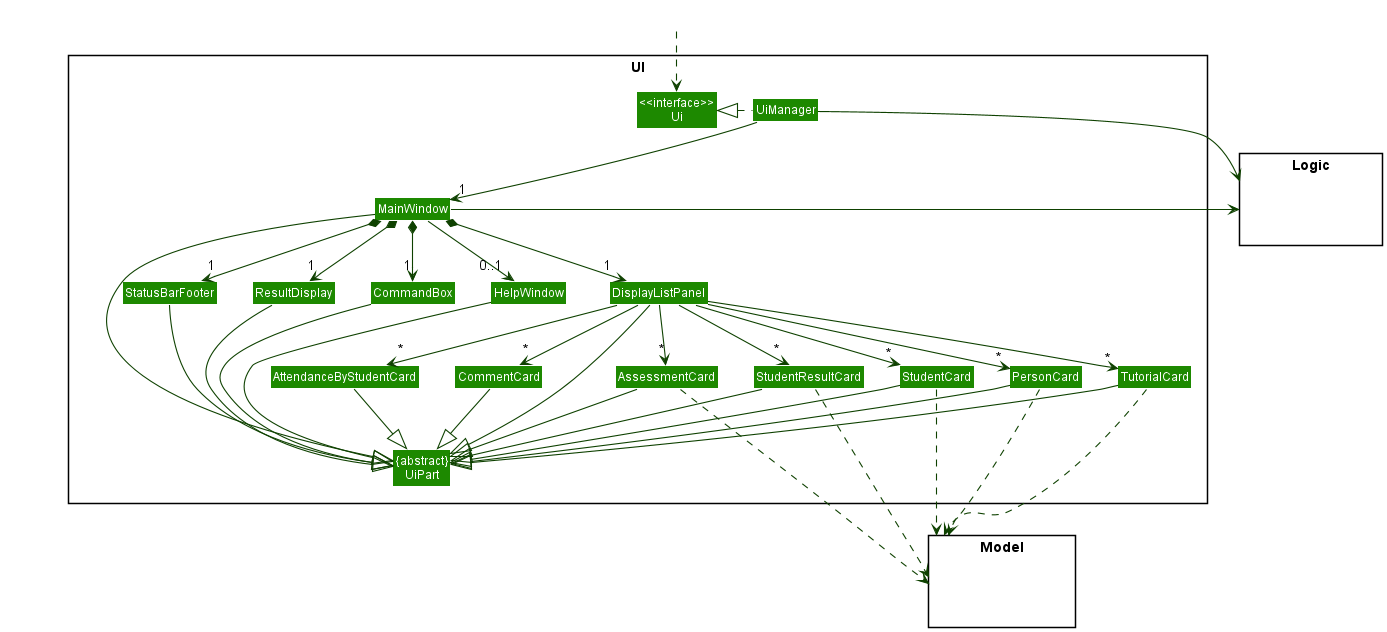
Earlier version of the PlantUML export docs/images/UiClassDiagram.png (zixin448/tp). The source it was exported from:
```plantuml
@startuml
!include style.puml
skinparam arrowThickness 1.1
skinparam arrowColor UI_COLOR_T4
skinparam classBackgroundColor UI_COLOR

package UI <<Rectangle>> {
Class "<<interface>>\nUi" as Ui
Class "{abstract}\nUiPart" as UiPart
Class UiManager
Class MainWindow
Class HelpWindow
Class ResultDisplay
Class DisplayListPanel
Class TutorialCard
Class AssessmentCard
Class StudentResultCard
Class StudentCard
Class PersonCard
Class StatusBarFooter
Class CommandBox
Class AttendanceByStudentCard
Class CommentCard
}

package Model <<Rectangle>> {
Class HiddenModel #FFFFFF
}

package Logic <<Rectangle>> {
Class HiddenLogic #FFFFFF
}

Class HiddenOutside #FFFFFF
HiddenOutside ..> Ui

UiManager .left.|> Ui
UiManager -down-> "1" MainWindow
MainWindow *-down->  "1" CommandBox
MainWindow *-down-> "1" ResultDisplay
MainWindow *-down-> "1" DisplayListPanel
MainWindow *-down-> "1" StatusBarFooter
MainWindow --> "0..1" HelpWindow

DisplayListPanel -down-> "*" TutorialCard
DisplayListPanel -down-> "*" AssessmentCard
DisplayListPanel -down-> "*" StudentResultCard
DisplayListPanel -down-> "*" StudentCard
DisplayListPanel -down-> "*" PersonCard
DisplayListPanel -down-> "*" AttendanceByStudentCard
DisplayListPanel -down-> "*" CommentCard

MainWindow -left-|> UiPart

ResultDisplay --|> UiPart
CommandBox --|> UiPart
DisplayListPanel --|> UiPart
TutorialCard --|> UiPart
AssessmentCard --|> UiPart
StudentResultCard --|> UiPart
StudentCard --|> UiPart
AttendanceByStudentCard --|> UiPart
CommentCard --|> UiPart
PersonCard --|> UiPart
StatusBarFooter --|> UiPart
HelpWindow --|> UiPart

TutorialCard ..> Model
AssessmentCard ..> Model
StudentResultCard ...> Model
StudentCard ..> Model
PersonCard ..> Model
UiManager -right-> Logic
MainWindow -left-> Logic

DisplayListPanel -[hidden]left- HelpWindow
HelpWindow -[hidden]left- CommandBox
CommandBox -[hidden]left- ResultDisplay
ResultDisplay -[hidden]left- StatusBarFooter

MainWindow -[hidden]-|> UiPart
@enduml
```
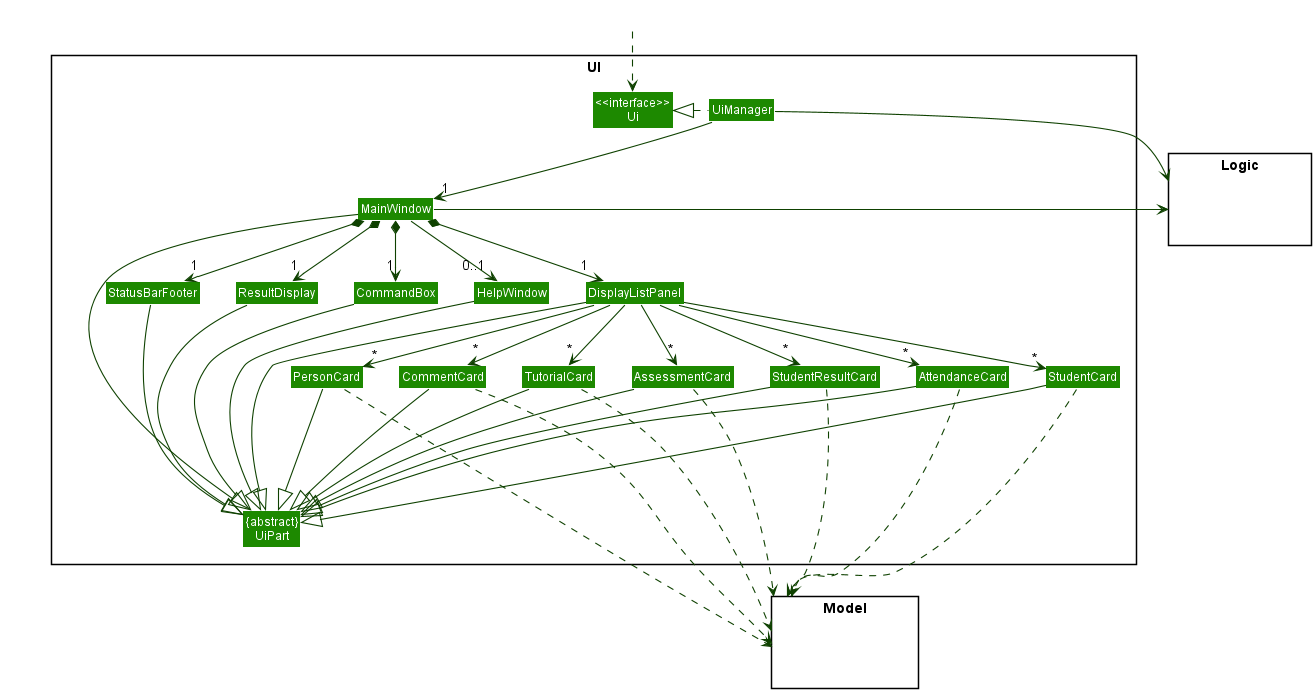
The same file after the commit.

Commit message:
Fix Image size for UiClassDiagram

What changed in the source:
```diff
@@ -19,7 +19,7 @@
 Class PersonCard
 Class StatusBarFooter
 Class CommandBox
-Class AttendanceByStudentCard
+Class AttendanceCard
 Class CommentCard
 }
 
@@ -47,24 +47,26 @@
 DisplayListPanel -down-> "*" StudentResultCard
 DisplayListPanel -down-> "*" StudentCard
 DisplayListPanel -down-> "*" PersonCard
-DisplayListPanel -down-> "*" AttendanceByStudentCard
+DisplayListPanel -down-> "*" AttendanceCard
 DisplayListPanel -down-> "*" CommentCard
 
 MainWindow -left-|> UiPart
 
-ResultDisplay --|> UiPart
-CommandBox --|> UiPart
-DisplayListPanel --|> UiPart
-TutorialCard --|> UiPart
-AssessmentCard --|> UiPart
-StudentResultCard --|> UiPart
-StudentCard --|> UiPart
-AttendanceByStudentCard --|> UiPart
-CommentCard --|> UiPart
-PersonCard --|> UiPart
-StatusBarFooter --|> UiPart
-HelpWindow --|> UiPart
+ResultDisplay ---|> UiPart
+CommandBox ---|> UiPart
+DisplayListPanel ---|> UiPart
+TutorialCard ---|> UiPart
+AssessmentCard ---|> UiPart
+StudentResultCard ---|> UiPart
+StudentCard ---|> UiPart
+AttendanceCard ---|> UiPart
+CommentCard ---|> UiPart
+PersonCard ---|> UiPart
+StatusBarFooter ---|> UiPart
+HelpWindow ---|> UiPart
 
+AttendanceCard ....> Model
+CommentCard ....> Model
 TutorialCard ..> Model
 AssessmentCard ..> Model
 StudentResultCard ...> Model
```
